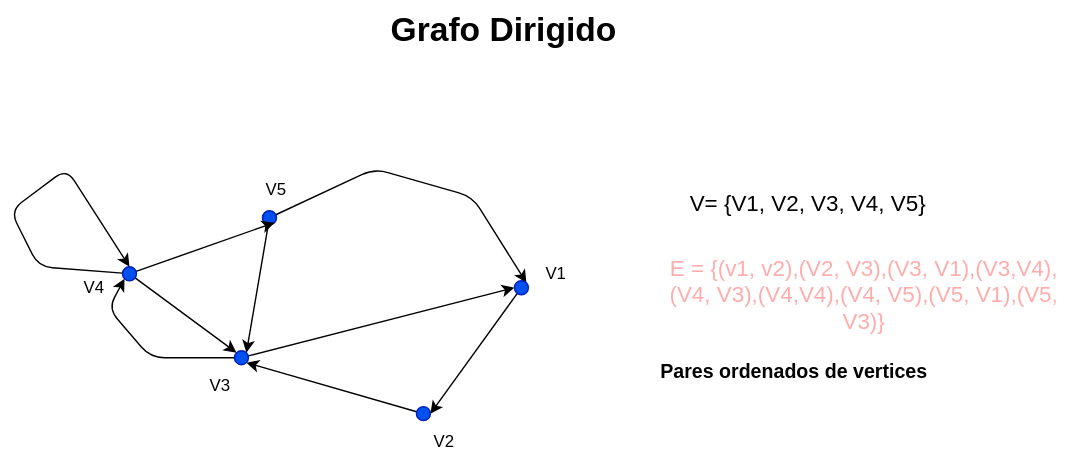
The draw.io diagram Estructura-de-datos/Grafos/Grafo-dir.drawio.svg in Nordcode-cyber/Algoritmos-Estructdatos, before a commit. Source tidied: cells renumbered, new cells last; positions are measured from the earlier drawing's top-left corner, leaving out a move shared by most shapes.
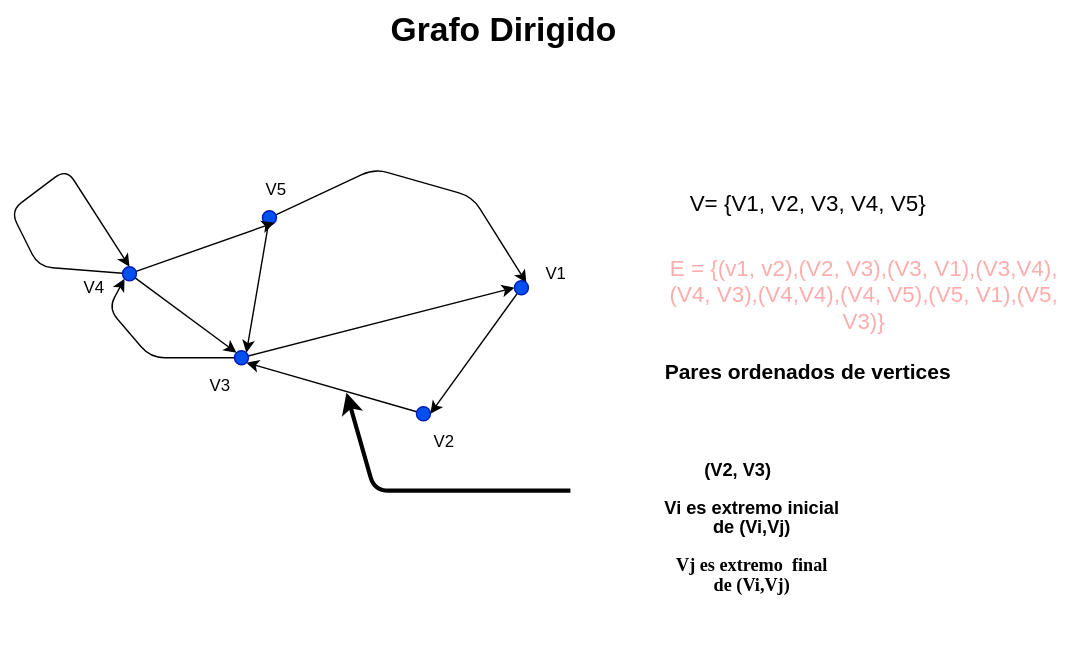
After the commit.

What changed in the source:
```diff
@@ -85,8 +85,23 @@
     <mxCell id="23" value="&lt;font style=&quot;color: light-dark(rgb(255, 172, 172), rgb(0, 153, 0)); font-size: 16px;&quot;&gt;E = {(v1, v2),(V2, V3),(V3, V1),(V3,V4),(V4, V3),(V4,V4),(V4, V5),(V5, V1),(V5, V3)}&lt;/font&gt;" style="text;html=1;align=center;verticalAlign=middle;whiteSpace=wrap;rounded=0;" parent="1" vertex="1">
       <mxGeometry x="460" y="170" width="300" height="80" as="geometry" />
     </mxCell>
-    <mxCell id="24" value="&lt;font style=&quot;color: light-dark(rgb(0, 0, 0), rgb(250, 253, 255)); font-size: 14px;&quot;&gt;&lt;b&gt;Pares ordenados de vertices&lt;/b&gt;&lt;/font&gt;" style="text;html=1;align=center;verticalAlign=middle;whiteSpace=wrap;rounded=0;" parent="1" vertex="1">
-      <mxGeometry x="460" y="250" width="200" height="30" as="geometry" />
+    <mxCell id="24" value="&lt;font style=&quot;color: light-dark(rgb(0, 0, 0), rgb(250, 253, 255)); font-size: 15px;&quot;&gt;&lt;b style=&quot;&quot;&gt;Pares ordenados de vertices&lt;/b&gt;&lt;/font&gt;" style="text;html=1;align=center;verticalAlign=middle;whiteSpace=wrap;rounded=0;" parent="1" vertex="1">
+      <mxGeometry x="460" y="250" width="220" height="30" as="geometry" />
     </mxCell>
+    <mxCell id="25" style="endArrow=classic;html=1;strokeColor=light-dark(#000000,#FF0000);strokeWidth=3;" parent="1" edge="1">
+      <mxGeometry relative="1" as="geometry">
+        <mxPoint x="400" y="350" as="sourcePoint" />
+        <mxPoint x="240" y="280" as="targetPoint" />
+        <Array as="points">
+          <mxPoint x="260" y="350" />
+        </Array>
+      </mxGeometry>
+    </mxCell>
+    <mxCell id="26" value="&lt;font style=&quot;font-size: 13px;&quot;&gt;&lt;b&gt;(V2, V3)&lt;/b&gt;&lt;/font&gt;" style="text;html=1;align=center;verticalAlign=middle;whiteSpace=wrap;rounded=0;" parent="1" vertex="1">
+      <mxGeometry x="490" y="320" width="60" height="30" as="geometry" />
+    </mxCell>
+    <mxCell id="27" value="&lt;p class=&quot;MsoNormal&quot;&gt;&lt;span style=&quot;line-height: 107%;&quot; lang=&quot;ES&quot;&gt;&lt;font style=&quot;font-size: 13px; color: light-dark(rgb(0, 0, 0), rgb(255, 159, 127));&quot;&gt;&lt;b style=&quot;&quot;&gt;Vi es extremo inicial&lt;br&gt;de (Vi,Vj)&lt;/b&gt;&lt;/font&gt;&lt;/span&gt;&lt;/p&gt;&lt;p class=&quot;MsoNormal&quot;&gt;&lt;span style=&quot;line-height: 107%; font-family: &amp;quot;Times New Roman&amp;quot;, serif;&quot; lang=&quot;ES&quot;&gt;&lt;font style=&quot;font-size: 13px; color: light-dark(rgb(0, 0, 0), rgb(255, 159, 127));&quot;&gt;&lt;b style=&quot;&quot;&gt;Vj es extremo&amp;nbsp; final&amp;nbsp;&lt;br&gt;de (Vi,Vj)&lt;/b&gt;&lt;/font&gt;&lt;span style=&quot;font-size: 12pt;&quot;&gt;&lt;/span&gt;&lt;/span&gt;&lt;/p&gt;" style="text;html=1;align=center;verticalAlign=middle;whiteSpace=wrap;rounded=0;" parent="1" vertex="1">
+      <mxGeometry x="350" y="310" width="360" height="160" as="geometry" />
+    </mxCell>
   </root>
 </mxGraphModel>
```
